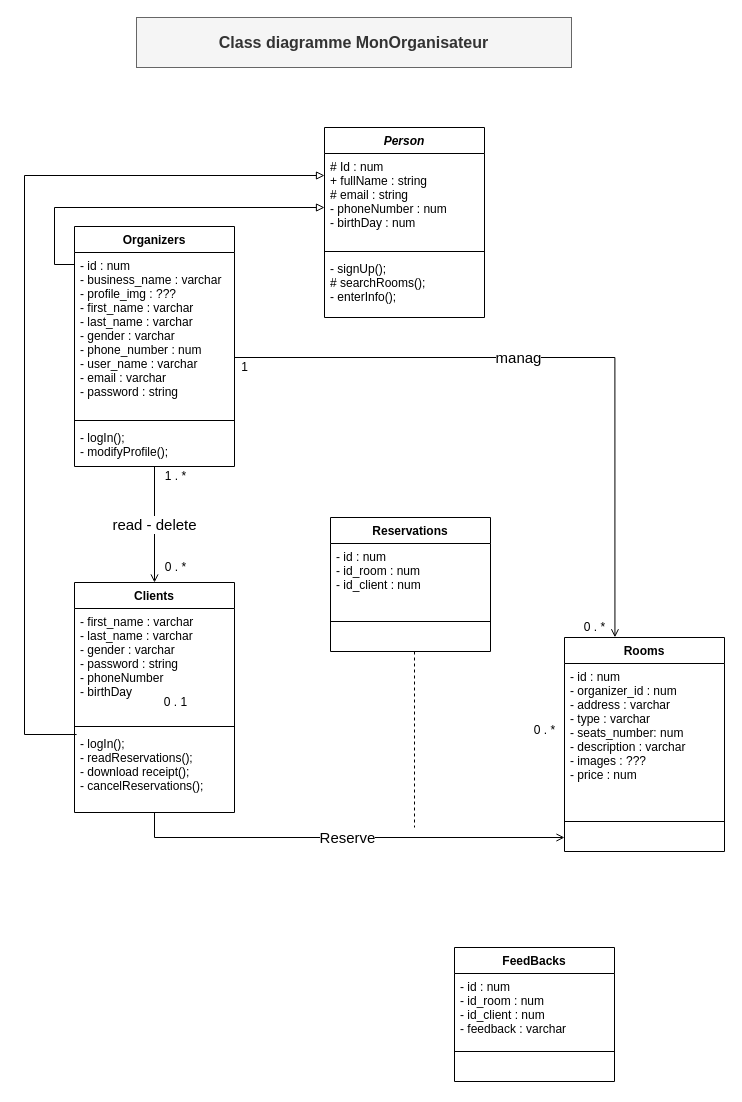
The draw.io diagram UML/diagram-class.drawio in daalimouhcine/Mon_Organisateur, before the edit. Source tidied: cells renumbered, new cells numbered last; positions are measured from the earlier drawing's top-left corner, leaving out a move shared by most shapes. Both pictures are drawn from the tidied source at 100%, with x=0, y=0 at pixel (24, 17).
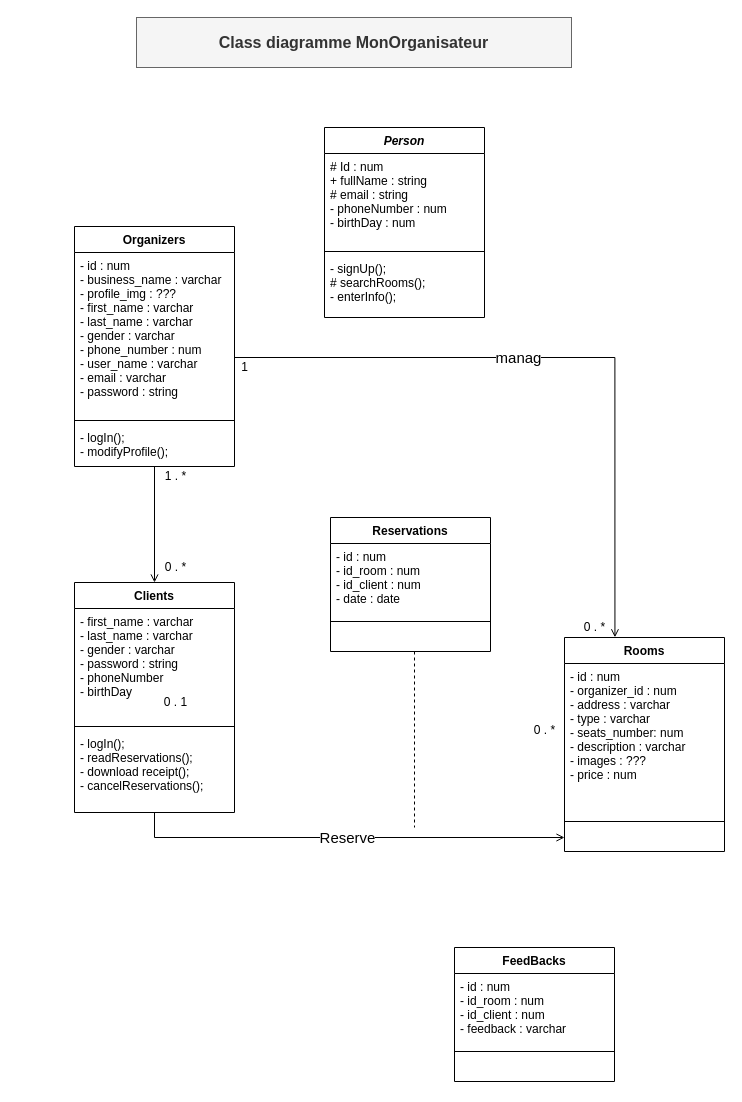
The same diagram, later.

Unchanged cells that the change refers to:
```xml
<mxCell id="6" value="Clients" style="swimlane;fontStyle=1;align=center;verticalAlign=top;horizontal=1;startSize=26;rounded=0;shadow=0;strokeWidth=1;" parent="1" vertex="1">
  <mxGeometry x="50" y="565" width="160" height="230" as="geometry" />
</mxCell>
<mxCell id="9" value="- logIn();&#10;- readReservations();&#10;- download receipt();&#10;- cancelReservations();&#10;" style="text;align=left;verticalAlign=top;spacingLeft=4;spacingRight=4;overflow=hidden;points=[[0,0.5],[1,0.5]];portConstraint=eastwest;" parent="6" vertex="1">
  <mxGeometry y="148" width="160" height="82" as="geometry" />
</mxCell>
<mxCell id="14" value="Organizers" style="swimlane;fontStyle=1;align=center;verticalAlign=top;horizontal=1;startSize=26;rounded=0;shadow=0;strokeWidth=1;" parent="1" vertex="1">
  <mxGeometry x="50" y="209" width="160" height="240" as="geometry" />
</mxCell>
<mxCell id="15" value="- id : num&#10;- business_name : varchar&#10;- profile_img : ???&#10;- first_name : varchar&#10;- last_name : varchar&#10;- gender : varchar&#10;- phone_number : num&#10;- user_name : varchar&#10;- email : varchar&#10;- password : string&#10;" style="text;align=left;verticalAlign=top;spacingLeft=4;spacingRight=4;overflow=hidden;points=[[0,0.5],[1,0.5]];portConstraint=eastwest;" parent="14" vertex="1">
  <mxGeometry y="26" width="160" height="164" as="geometry" />
</mxCell>
<mxCell id="25" value="Reservations" style="swimlane;fontStyle=1;align=center;verticalAlign=top;horizontal=1;startSize=26;" parent="1" vertex="1">
  <mxGeometry x="306" y="500" width="160" height="134" as="geometry" />
</mxCell>
```

Diff of the diagram source:
```diff
@@
-    <mxCell id="18" style="edgeStyle=orthogonalEdgeStyle;rounded=0;jettySize=auto;html=1;endArrow=block;endFill=0;exitX=0;exitY=0.062;exitDx=0;exitDy=0;exitPerimeter=0;" parent="1" edge="1" source="15">
-      <mxGeometry relative="1" as="geometry">
-        <mxPoint x="300" y="190" as="targetPoint" />
-        <Array as="points">
-          <mxPoint x="50" y="247" />
-          <mxPoint x="30" y="247" />
-          <mxPoint x="30" y="190" />
-        </Array>
-      </mxGeometry>
-    </mxCell>
-    <mxCell id="19" style="edgeStyle=orthogonalEdgeStyle;rounded=0;jettySize=auto;html=1;endArrow=block;endFill=0;exitX=0.013;exitY=0.049;exitDx=0;exitDy=0;exitPerimeter=0;" parent="1" edge="1" source="9">
-      <mxGeometry relative="1" as="geometry">
-        <mxPoint x="300" y="158" as="targetPoint" />
-        <Array as="points">
-          <mxPoint y="717" />
-          <mxPoint y="158" />
-        </Array>
-      </mxGeometry>
-    </mxCell>
@@
-    <mxCell id="21" value="&lt;font style=&quot;font-size: 15px&quot;&gt;read - delete&lt;/font&gt;" style="edgeStyle=orthogonalEdgeStyle;rounded=0;jettySize=auto;html=1;endArrow=open;endFill=0;exitX=0.5;exitY=1;exitDx=0;exitDy=0;" parent="1" edge="1" source="14" target="6">
+    <mxCell id="21" style="edgeStyle=orthogonalEdgeStyle;rounded=0;jettySize=auto;html=1;endArrow=open;endFill=0;exitX=0.5;exitY=1;exitDx=0;exitDy=0;" parent="1" edge="1" source="14" target="6">
       <mxGeometry relative="1" as="geometry" />
     </mxCell>
@@
-    <mxCell id="26" value="- id : num&#10;- id_room : num&#10;- id_client : num&#10;" style="text;strokeColor=none;fillColor=none;align=left;verticalAlign=top;spacingLeft=4;spacingRight=4;overflow=hidden;" parent="25" vertex="1">
+    <mxCell id="26" value="- id : num&#10;- id_room : num&#10;- id_client : num&#10;- date : date" style="text;strokeColor=none;fillColor=none;align=left;verticalAlign=top;spacingLeft=4;spacingRight=4;overflow=hidden;" parent="25" vertex="1">
       <mxGeometry y="26" width="160" height="74" as="geometry" />
     </mxCell>
```
